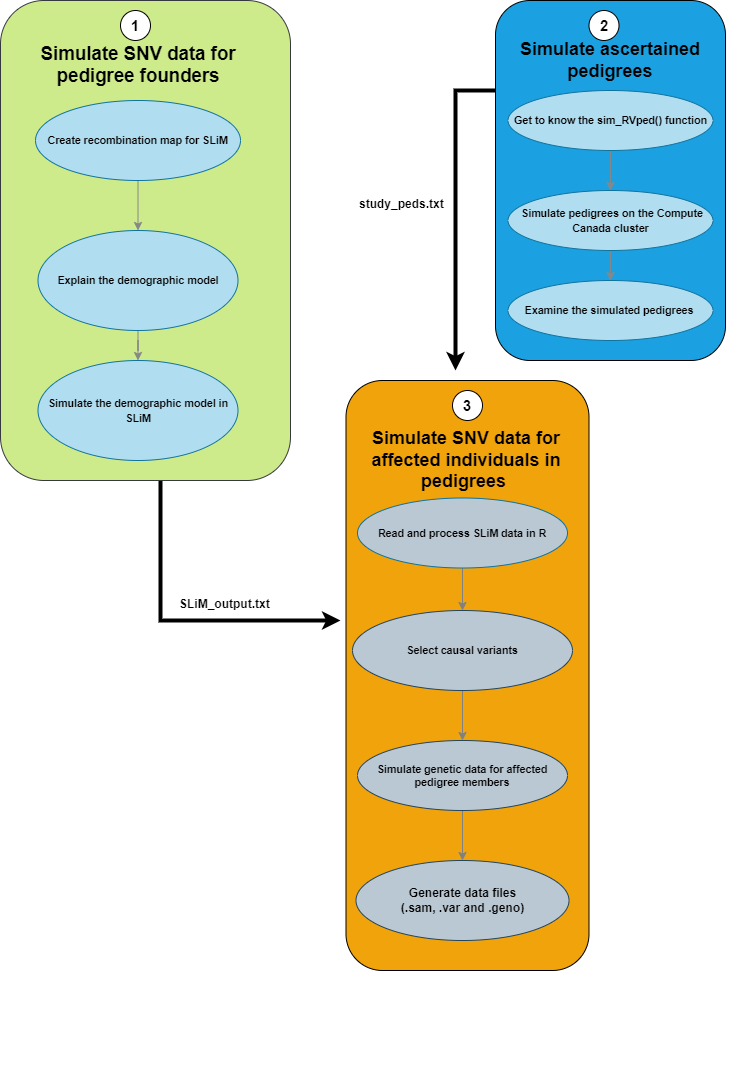
Before: SLiM/Flow Chart.png, a diagram exported from draw.io (SFUStatgen/SeqFamStudy). Source tidied: cells renumbered, new cells last; positions are measured from the earlier drawing's top-left corner, leaving out a move shared by most shapes.
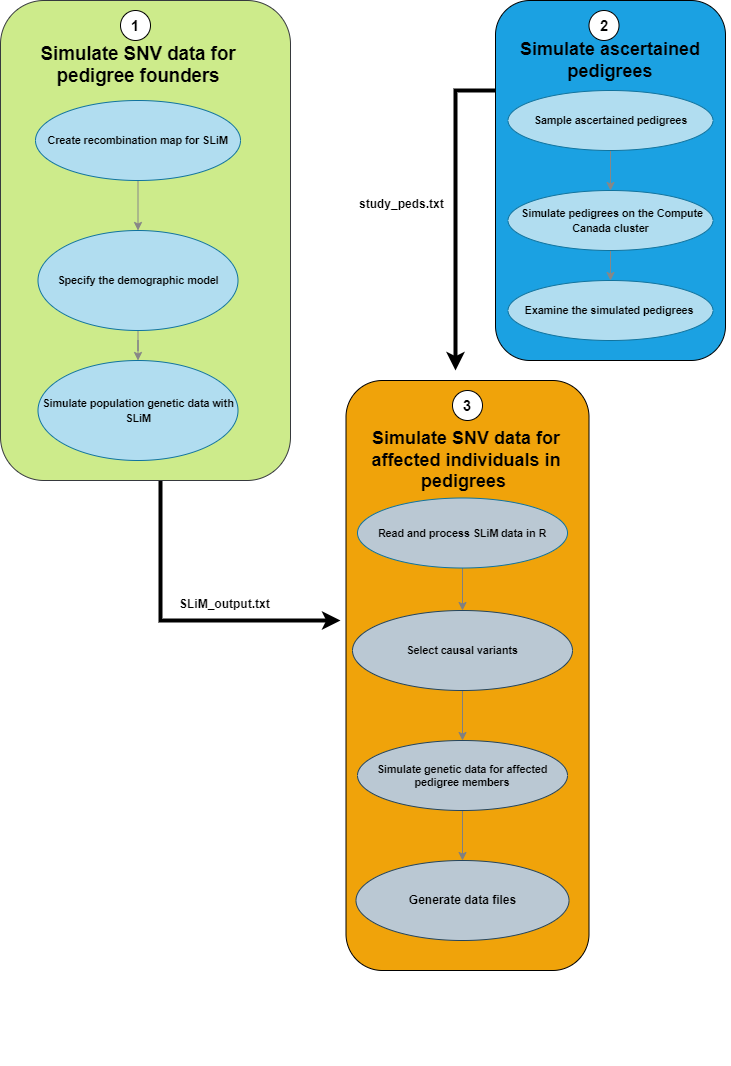
Above is the later version.

Commit message:
Changed the flow chart ovals sub-titles

Change to the diagram source:
```diff
@@ -19,7 +19,7 @@
     <mxCell id="5" style="edgeStyle=orthogonalEdgeStyle;rounded=0;jettySize=auto;html=1;strokeColor=#878787;" parent="1" edge="1" source="6" target="18">
       <mxGeometry relative="1" as="geometry" />
     </mxCell>
-    <mxCell id="6" value="&lt;span id=&quot;docs-internal-guid-bc82a0bd-7fff-cec2-14e7-e71f87a1e16f&quot;&gt;&lt;span style=&quot;background-color: transparent ; vertical-align: baseline&quot;&gt;&lt;span id=&quot;docs-internal-guid-c6636461-7fff-0a89-edd0-ae317dbcf1ce&quot;&gt;&lt;span style=&quot;font-size: 8pt ; font-family: &amp;#34;arial&amp;#34; ; background-color: transparent ; font-weight: 700 ; vertical-align: baseline&quot;&gt;Explain the demographic model&lt;/span&gt;&lt;/span&gt;&lt;br&gt;&lt;/span&gt;&lt;/span&gt;" style="ellipse;whiteSpace=wrap;html=1;rounded=0;sketch=0;strokeColor=#10739e;fillColor=#b1ddf0;" parent="1" vertex="1">
+    <mxCell id="6" value="&lt;span id=&quot;docs-internal-guid-bc82a0bd-7fff-cec2-14e7-e71f87a1e16f&quot;&gt;&lt;span style=&quot;background-color: transparent ; vertical-align: baseline&quot;&gt;&lt;span id=&quot;docs-internal-guid-c6636461-7fff-0a89-edd0-ae317dbcf1ce&quot;&gt;&lt;span style=&quot;font-size: 8pt ; font-family: &amp;#34;arial&amp;#34; ; background-color: transparent ; font-weight: 700 ; vertical-align: baseline&quot;&gt;Specify the demographic model&lt;/span&gt;&lt;/span&gt;&lt;br&gt;&lt;/span&gt;&lt;/span&gt;" style="ellipse;whiteSpace=wrap;html=1;rounded=0;sketch=0;strokeColor=#10739e;fillColor=#b1ddf0;" parent="1" vertex="1">
       <mxGeometry x="37.5" y="230" width="200" height="100" as="geometry" />
     </mxCell>
     <mxCell id="7" style="edgeStyle=orthogonalEdgeStyle;rounded=0;jettySize=auto;html=1;strokeColor=#878787;" parent="1" edge="1" source="8" target="6">
@@ -65,7 +65,7 @@
     <mxCell id="17" value="&lt;font face=&quot;arial&quot;&gt;&lt;span style=&quot;font-size: 10.666px&quot;&gt;&lt;b&gt;&lt;div&gt;Simulate genetic data for affected pedigree members&lt;/div&gt;&lt;/b&gt;&lt;/span&gt;&lt;/font&gt;" style="ellipse;whiteSpace=wrap;html=1;rounded=0;sketch=0;strokeColor=#23445d;fillColor=#bac8d3;" parent="1" vertex="1">
       <mxGeometry x="357" y="740" width="210" height="70" as="geometry" />
     </mxCell>
-    <mxCell id="18" value="&lt;span id=&quot;docs-internal-guid-051861c5-7fff-e5b0-48e0-48c7084a6f8d&quot;&gt;&lt;span style=&quot;background-color: transparent ; vertical-align: baseline&quot;&gt;&lt;font face=&quot;arial&quot;&gt;&lt;span style=&quot;font-size: 10.6667px&quot;&gt;&lt;b&gt;Simulate the demographic model in SLiM&lt;/b&gt;&lt;/span&gt;&lt;/font&gt;&lt;br&gt;&lt;/span&gt;&lt;/span&gt;" style="ellipse;whiteSpace=wrap;html=1;rounded=0;sketch=0;strokeColor=#10739e;fillColor=#b1ddf0;" parent="1" vertex="1">
+    <mxCell id="18" value="&lt;span id=&quot;docs-internal-guid-051861c5-7fff-e5b0-48e0-48c7084a6f8d&quot;&gt;&lt;span style=&quot;background-color: transparent ; vertical-align: baseline&quot;&gt;&lt;font face=&quot;arial&quot;&gt;&lt;span style=&quot;font-size: 10.6667px&quot;&gt;&lt;b&gt;Simulate population genetic data with SLiM&lt;/b&gt;&lt;/span&gt;&lt;/font&gt;&lt;br&gt;&lt;/span&gt;&lt;/span&gt;" style="ellipse;whiteSpace=wrap;html=1;rounded=0;sketch=0;strokeColor=#10739e;fillColor=#b1ddf0;" parent="1" vertex="1">
       <mxGeometry x="37.5" y="360" width="200" height="100" as="geometry" />
     </mxCell>
     <mxCell id="19" style="edgeStyle=orthogonalEdgeStyle;rounded=0;orthogonalLoop=1;jettySize=auto;html=1;exitX=0.5;exitY=1;exitDx=0;exitDy=0;strokeColor=#000000;strokeWidth=4;" parent="1" edge="1">
@@ -95,13 +95,13 @@
     <mxCell id="26" value="&lt;font face=&quot;arial&quot;&gt;&lt;b&gt;study_peds.txt&lt;/b&gt;&lt;/font&gt;" style="text;whiteSpace=wrap;html=1;" parent="1" vertex="1">
       <mxGeometry x="357" y="190" width="180" height="30" as="geometry" />
     </mxCell>
-    <mxCell id="27" value="&lt;b&gt;Generate data files&lt;/b&gt;&lt;br&gt;&lt;b&gt;(.sam, .var and .geno)&lt;/b&gt;" style="ellipse;whiteSpace=wrap;html=1;fillColor=#bac8d3;strokeColor=#23445d;" parent="1" vertex="1">
+    <mxCell id="27" value="&lt;b&gt;Generate data files&lt;/b&gt;&lt;br&gt;" style="ellipse;whiteSpace=wrap;html=1;fillColor=#bac8d3;strokeColor=#23445d;" parent="1" vertex="1">
       <mxGeometry x="355.5" y="860" width="213" height="80" as="geometry" />
     </mxCell>
     <mxCell id="28" style="edgeStyle=orthogonalEdgeStyle;rounded=0;jettySize=auto;html=1;strokeColor=#878787;entryX=0.5;entryY=0;entryDx=0;entryDy=0;" parent="1" edge="1" source="29" target="31">
       <mxGeometry relative="1" as="geometry" />
     </mxCell>
-    <mxCell id="29" value="&lt;b style=&quot;font-weight: normal&quot; id=&quot;docs-internal-guid-c6636461-7fff-0a89-edd0-ae317dbcf1ce&quot;&gt;&lt;span style=&quot;font-size: 8pt ; font-family: &amp;#34;arial&amp;#34; ; color: rgb(0 , 0 , 0) ; background-color: transparent ; font-weight: 700 ; font-style: normal ; font-variant: normal ; text-decoration: none ; vertical-align: baseline&quot;&gt;Get to know the sim_RVped() function&lt;br&gt;&lt;/span&gt;&lt;/b&gt;" style="ellipse;whiteSpace=wrap;html=1;rounded=0;sketch=0;strokeColor=#10739e;fillColor=#b1ddf0;" parent="1" vertex="1">
+    <mxCell id="29" value="&lt;b style=&quot;font-weight: normal&quot; id=&quot;docs-internal-guid-c6636461-7fff-0a89-edd0-ae317dbcf1ce&quot;&gt;&lt;span style=&quot;font-size: 8pt ; font-family: &amp;#34;arial&amp;#34; ; color: rgb(0 , 0 , 0) ; background-color: transparent ; font-weight: 700 ; font-style: normal ; font-variant: normal ; text-decoration: none ; vertical-align: baseline&quot;&gt;Sample ascertained pedigrees&lt;br&gt;&lt;/span&gt;&lt;/b&gt;" style="ellipse;whiteSpace=wrap;html=1;rounded=0;sketch=0;strokeColor=#10739e;fillColor=#b1ddf0;" parent="1" vertex="1">
       <mxGeometry x="507.5" y="90" width="205" height="60" as="geometry" />
     </mxCell>
     <mxCell id="30" style="edgeStyle=orthogonalEdgeStyle;rounded=0;jettySize=auto;html=1;strokeColor=#878787;" parent="1" edge="1" source="31" target="32">
```
